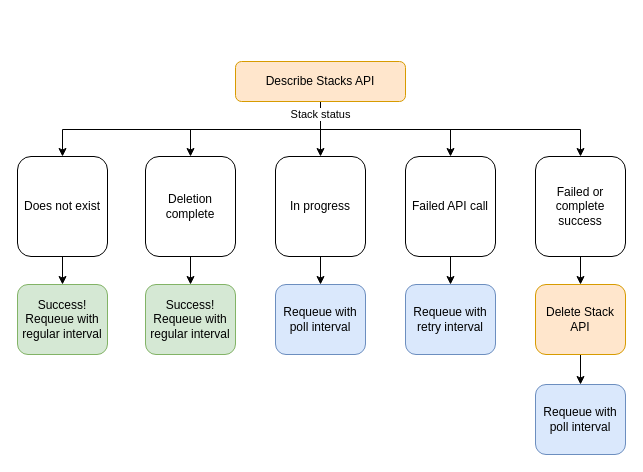
Before: page "Deletion Loop" (2 of 2) of docs/diagrams/reconciliation-loop.drawio in awslabs/aws-cloudformation-controller-for-flux, a draw.io diagram. Source tidied: cells renumbered, new cells numbered last; positions are measured from the earlier drawing's top-left corner, leaving out a move shared by most shapes. Both pictures are drawn from the tidied source at 100%, with x=0, y=0 at pixel (17, 61).
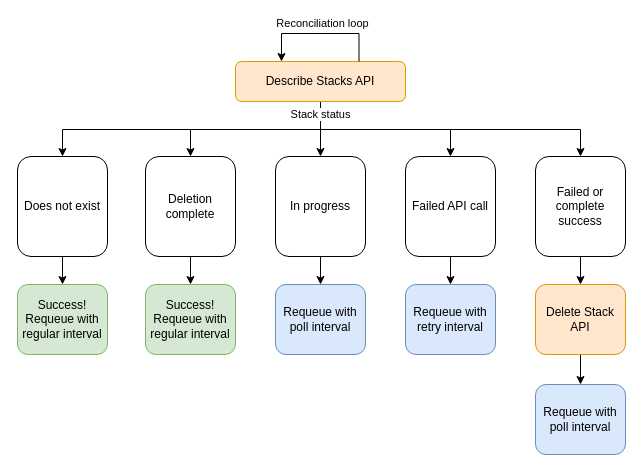
Above is the later version.

Commit message (it also covers changes not shown here):
Update reconciliation loop diagrams

The edit, as a diff of the source:
```diff
@@
+    <mxCell id="25" value="Reconciliation loop" style="edgeStyle=orthogonalEdgeStyle;rounded=0;orthogonalLoop=1;jettySize=auto;html=1;exitX=0.75;exitY=0;exitDx=0;exitDy=0;" parent="1" edge="1">
+      <mxGeometry x="-0.02" y="-10" relative="1" as="geometry">
+        <mxPoint x="341.5" as="sourcePoint" />
+        <mxPoint x="264" as="targetPoint" />
+        <Array as="points">
+          <mxPoint x="342" y="-28" />
+          <mxPoint x="264" y="-28" />
+        </Array>
+      </mxGeometry>
+    </mxCell>
```
